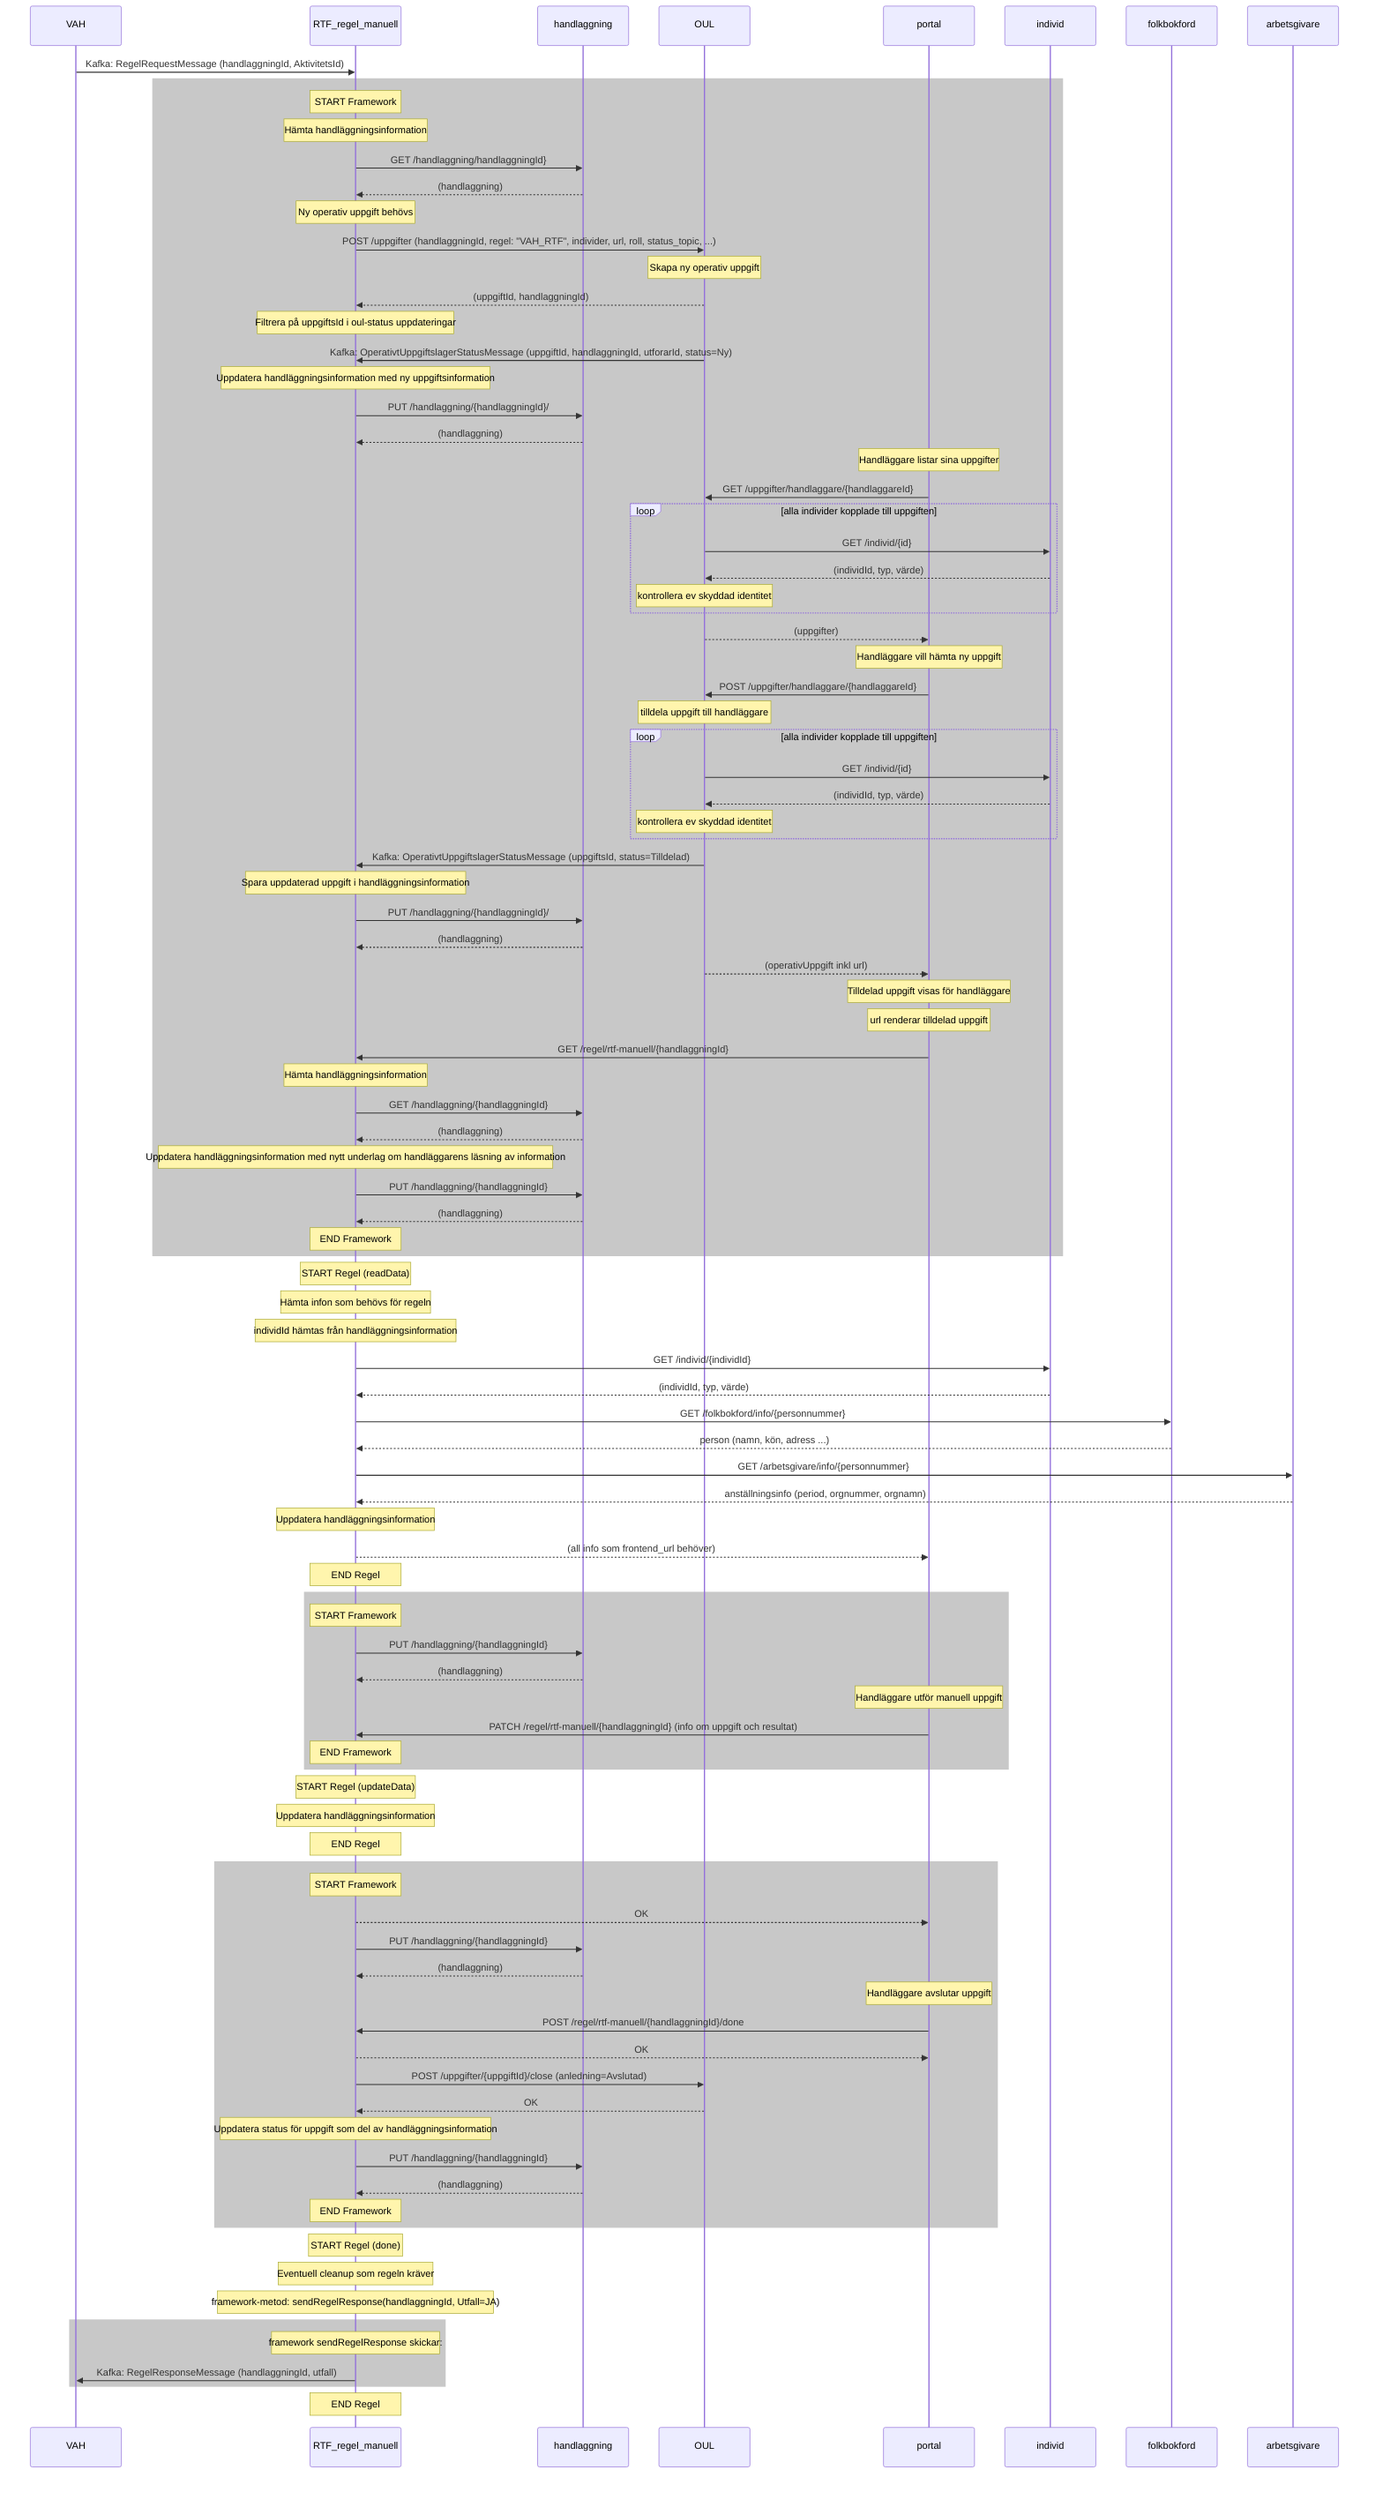
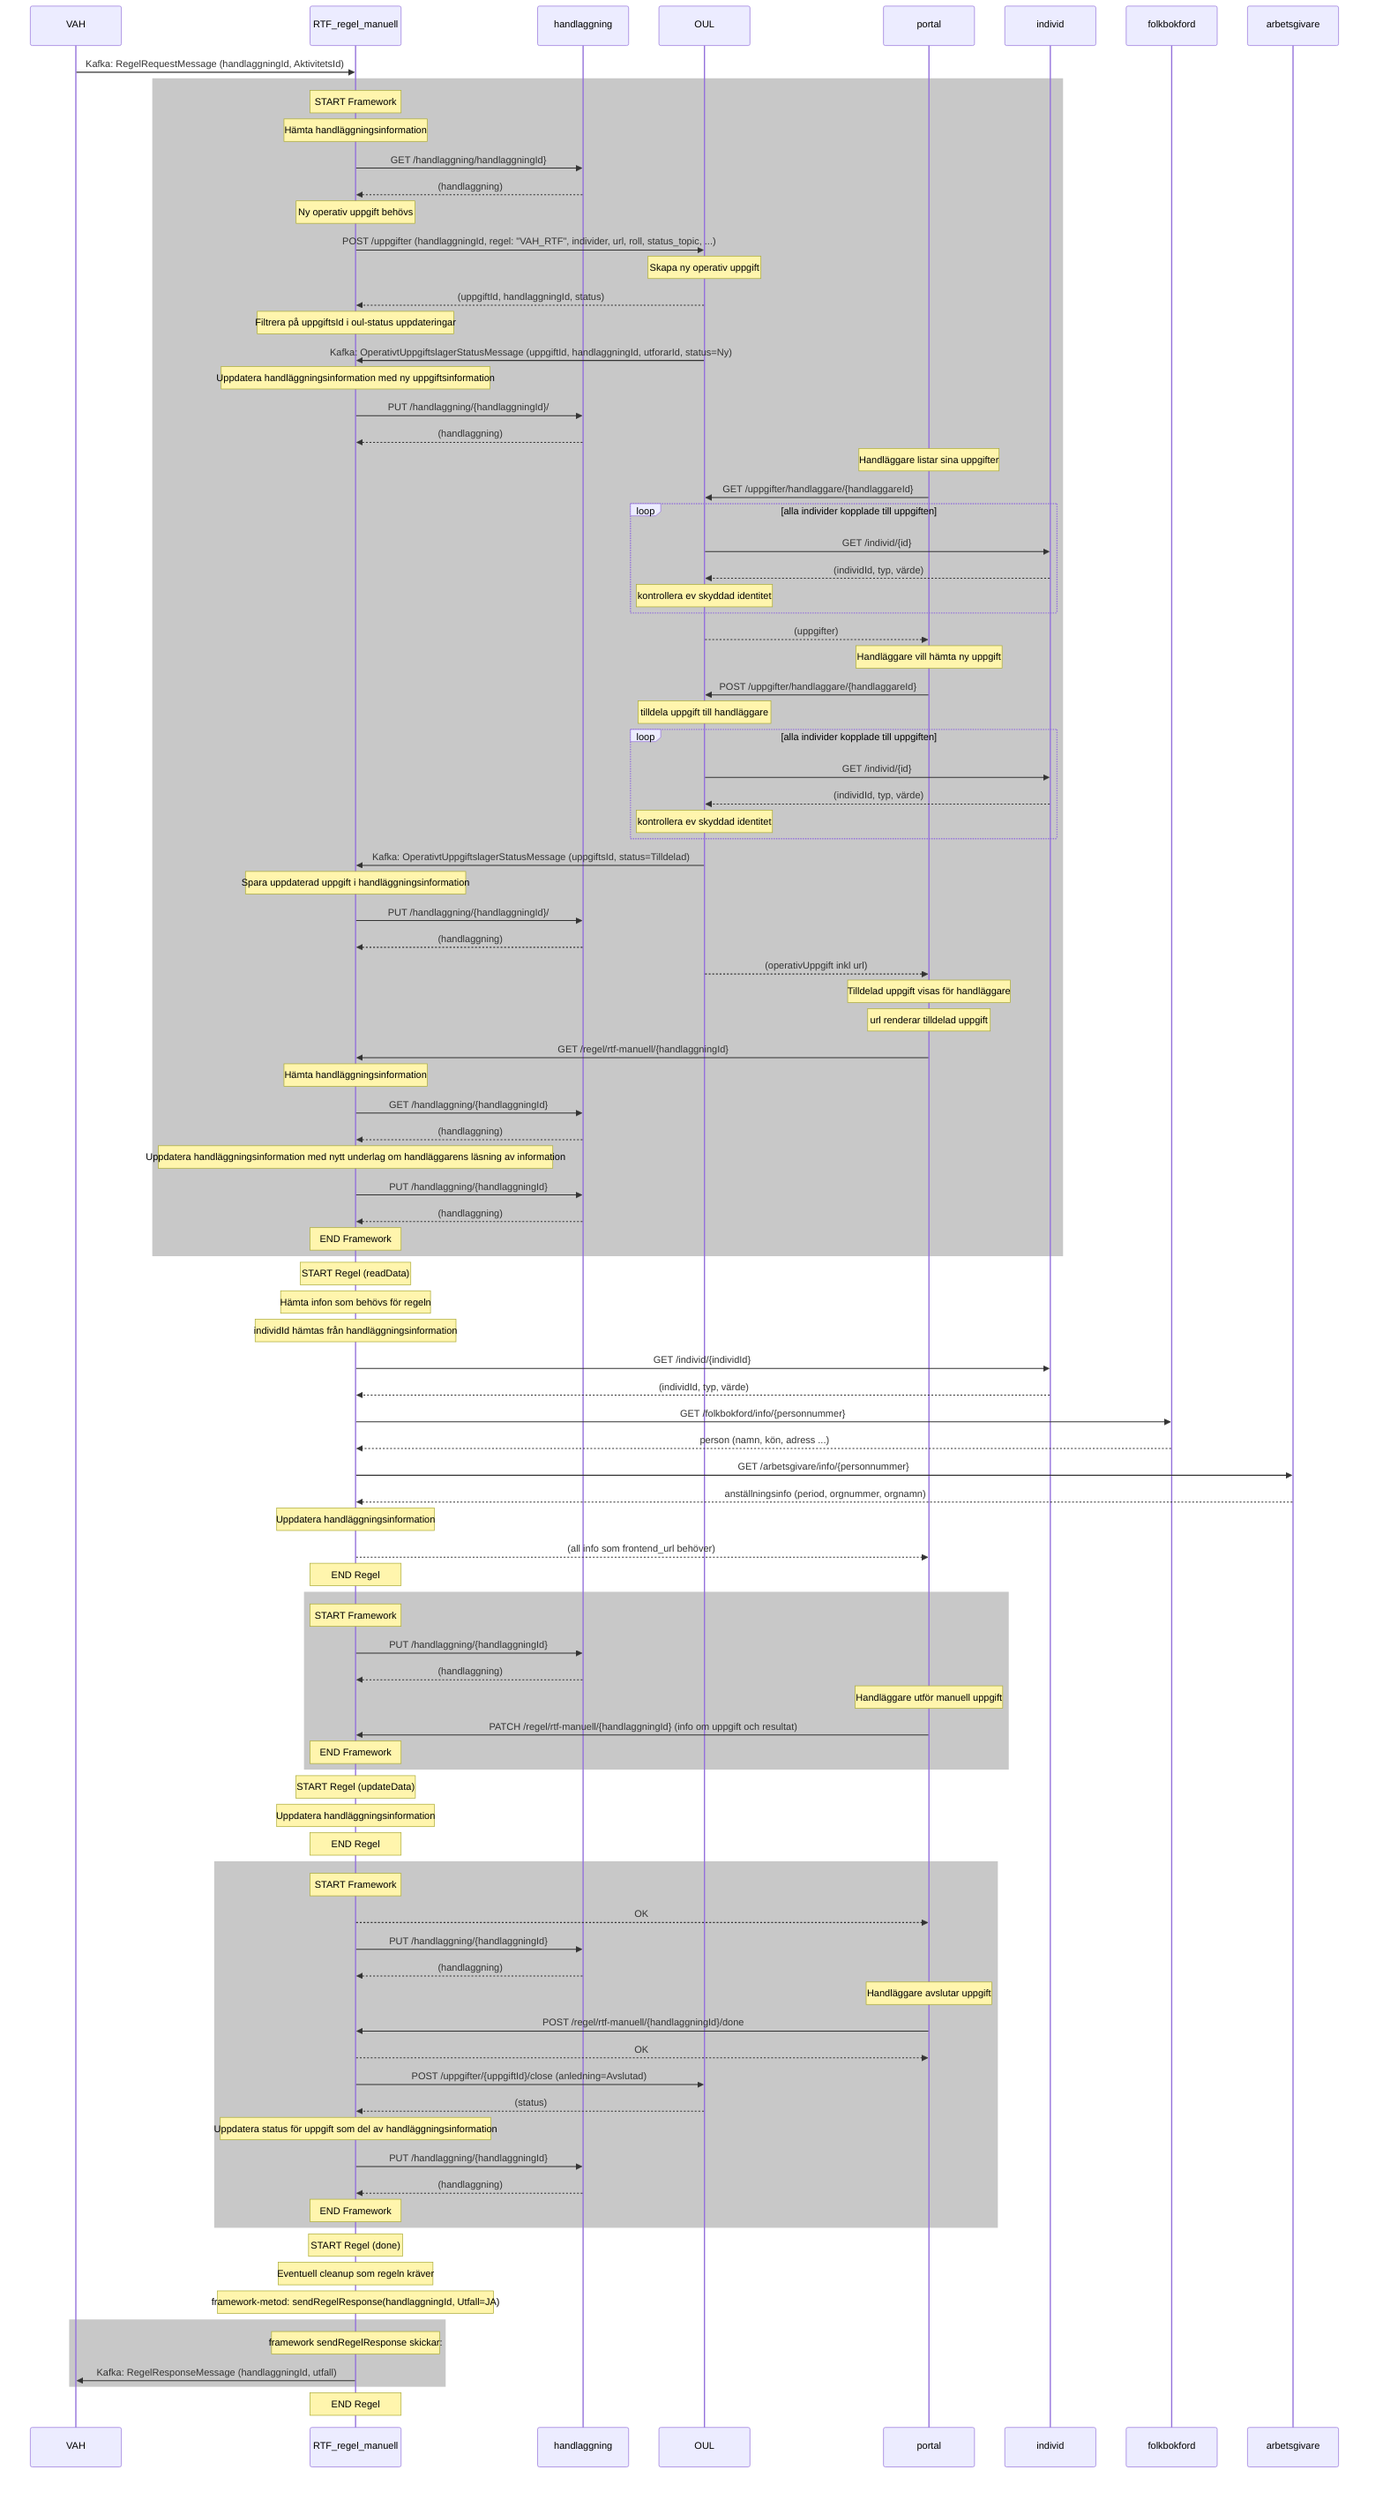
sequenceDiagram

VAH ->> RTF_regel_manuell: Kafka: RegelRequestMessage (handlaggningId, AktivitetsId)

rect rgb(200, 200, 200)

    note over RTF_regel_manuell: START Framework

    note over RTF_regel_manuell: Hämta handläggningsinformation
    RTF_regel_manuell ->> handlaggning: GET /handlaggning/handlaggningId}
    handlaggning -->> RTF_regel_manuell: (handlaggning)

    note over RTF_regel_manuell: Ny operativ uppgift behövs
    RTF_regel_manuell ->> OUL: POST /uppgifter (handlaggningId, regel: "VAH_RTF", individer, url, roll, status_topic, ...)
    note over OUL: Skapa ny operativ uppgift
-     OUL -->> RTF_regel_manuell: (uppgiftId, handlaggningId)
+     OUL -->> RTF_regel_manuell: (uppgiftId, handlaggningId, status)

    note over RTF_regel_manuell: Filtrera på uppgiftsId i oul-status uppdateringar
    OUL ->> RTF_regel_manuell: Kafka: OperativtUppgiftslagerStatusMessage (uppgiftId, handlaggningId, utforarId, status=Ny)

    note over RTF_regel_manuell: Uppdatera handläggningsinformation med ny uppgiftsinformation

    RTF_regel_manuell ->> handlaggning: PUT /handlaggning/{handlaggningId}/
    handlaggning -->> RTF_regel_manuell: (handlaggning)

    note over portal: Handläggare listar sina uppgifter
    portal ->> OUL: GET /uppgifter/handlaggare/{handlaggareId}

    loop alla individer kopplade till uppgiften

        OUL ->> individ: GET /individ/{id}
        individ -->> OUL: (individId, typ, värde)
        note over OUL: kontrollera ev skyddad identitet

    end

    OUL -->> portal: (uppgifter)

    note over portal: Handläggare vill hämta ny uppgift
    portal ->> OUL: POST /uppgifter/handlaggare/{handlaggareId}

    note over OUL: tilldela uppgift till handläggare
    loop alla individer kopplade till uppgiften

        OUL ->> individ: GET /individ/{id}
        individ -->> OUL: (individId, typ, värde)
        note over OUL: kontrollera ev skyddad identitet

    end

    OUL ->> RTF_regel_manuell: Kafka: OperativtUppgiftslagerStatusMessage (uppgiftsId, status=Tilldelad)

    note over RTF_regel_manuell: Spara uppdaterad uppgift i handläggningsinformation

    RTF_regel_manuell ->> handlaggning: PUT /handlaggning/{handlaggningId}/
    handlaggning -->> RTF_regel_manuell: (handlaggning)

    OUL -->> portal: (operativUppgift inkl url)

    note over portal: Tilldelad uppgift visas för handläggare
    note over portal: url renderar tilldelad uppgift

    portal ->> RTF_regel_manuell: GET /regel/rtf-manuell/{handlaggningId}

    note over RTF_regel_manuell: Hämta handläggningsinformation

    RTF_regel_manuell ->> handlaggning: GET /handlaggning/{handlaggningId}
    handlaggning -->> RTF_regel_manuell: (handlaggning)

    note over RTF_regel_manuell: Uppdatera handläggningsinformation med nytt underlag om handläggarens läsning av information
    RTF_regel_manuell ->> handlaggning: PUT /handlaggning/{handlaggningId}
    handlaggning -->> RTF_regel_manuell: (handlaggning)

    note over RTF_regel_manuell: END Framework
end

note over RTF_regel_manuell: START Regel (readData)
note over RTF_regel_manuell: Hämta infon som behövs för regeln
note over RTF_regel_manuell: individId hämtas från handläggningsinformation

RTF_regel_manuell ->> individ: GET /individ/{individId}
individ -->> RTF_regel_manuell: (individId, typ, värde)

RTF_regel_manuell ->> folkbokford: GET /folkbokford/info/{personnummer}
folkbokford -->> RTF_regel_manuell: person (namn, kön, adress ...)

RTF_regel_manuell ->> arbetsgivare: GET /arbetsgivare/info/{personnummer}
arbetsgivare -->> RTF_regel_manuell: anställningsinfo (period, orgnummer, orgnamn)

note over RTF_regel_manuell: Uppdatera handläggningsinformation

RTF_regel_manuell -->> portal: (all info som frontend_url behöver)
note over RTF_regel_manuell: END Regel

rect rgb(200, 200, 200)

    note over RTF_regel_manuell: START Framework

    RTF_regel_manuell ->> handlaggning: PUT /handlaggning/{handlaggningId}
    handlaggning -->> RTF_regel_manuell: (handlaggning)

    note over portal: Handläggare utför manuell uppgift

    portal ->>  RTF_regel_manuell: PATCH /regel/rtf-manuell/{handlaggningId} (info om uppgift och resultat)

    note over RTF_regel_manuell: END Framework

end

note over RTF_regel_manuell: START Regel (updateData)

note over RTF_regel_manuell: Uppdatera handläggningsinformation

note over RTF_regel_manuell: END Regel

rect rgb(200, 200, 200)

    note over RTF_regel_manuell: START Framework

    RTF_regel_manuell -->> portal: OK

    RTF_regel_manuell ->> handlaggning: PUT /handlaggning/{handlaggningId}
    handlaggning -->> RTF_regel_manuell: (handlaggning)

    note over portal: Handläggare avslutar uppgift
    portal ->> RTF_regel_manuell: POST /regel/rtf-manuell/{handlaggningId}/done
    RTF_regel_manuell -->> portal: OK
    RTF_regel_manuell ->> OUL: POST /uppgifter/{uppgiftId}/close (anledning=Avslutad)
-     OUL -->> RTF_regel_manuell: OK
+     OUL -->> RTF_regel_manuell: (status)

    note over RTF_regel_manuell: Uppdatera status för uppgift som del av handläggningsinformation
    RTF_regel_manuell ->> handlaggning: PUT /handlaggning/{handlaggningId}
    handlaggning -->> RTF_regel_manuell: (handlaggning)

    note over RTF_regel_manuell: END Framework

end

note over RTF_regel_manuell: START Regel (done)
note over RTF_regel_manuell: Eventuell cleanup som regeln kräver
note over RTF_regel_manuell: framework-metod: sendRegelResponse(handlaggningId, Utfall=JA)

rect rgb(200, 200, 200)
    note over RTF_regel_manuell: framework sendRegelResponse skickar:
    RTF_regel_manuell ->> VAH: Kafka: RegelResponseMessage (handlaggningId, utfall)
end

note over RTF_regel_manuell: END Regel
